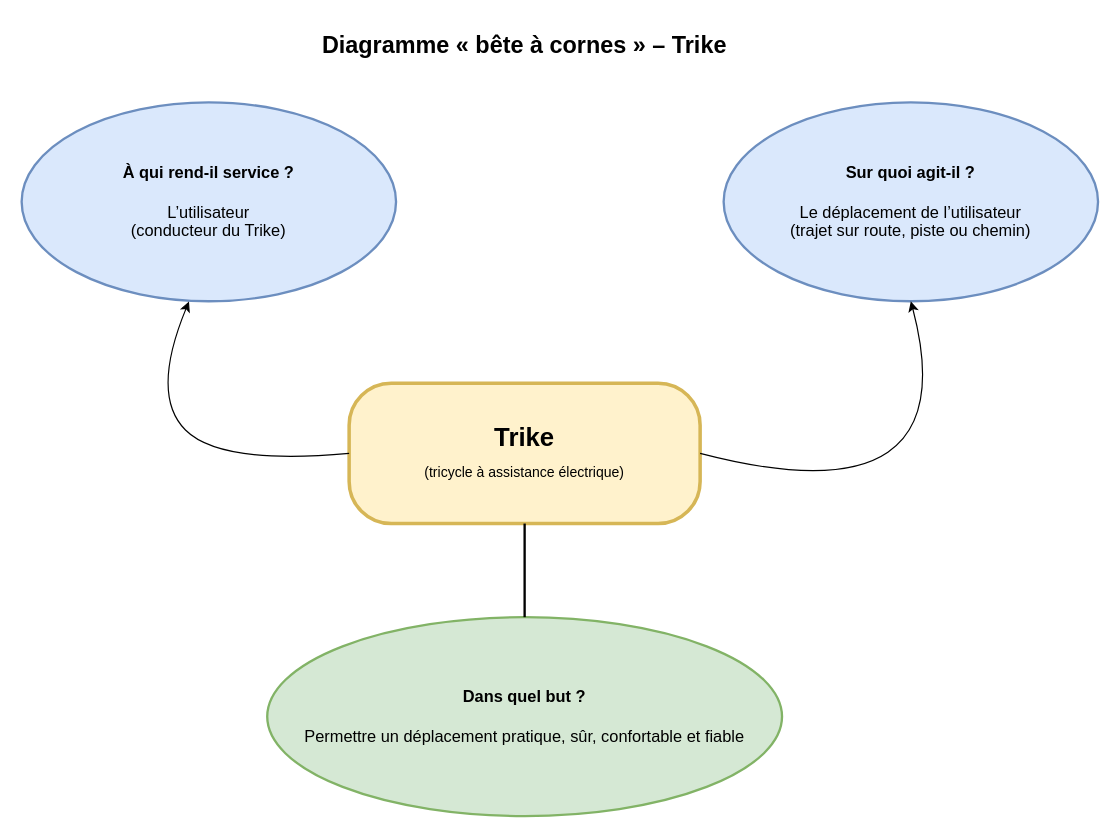
This is SysML/Diagrammes/diagramme-bette_a_corne.drawio from erwangrave810/projet_trike_2026, a draw.io file, before an edit. Source tidied: cells renumbered, new cells numbered last; positions are measured from the earlier drawing's top-left corner, leaving out a move shared by most shapes. Both pictures are drawn from the tidied source at 117%, with x=0, y=0 at pixel (21, 20).
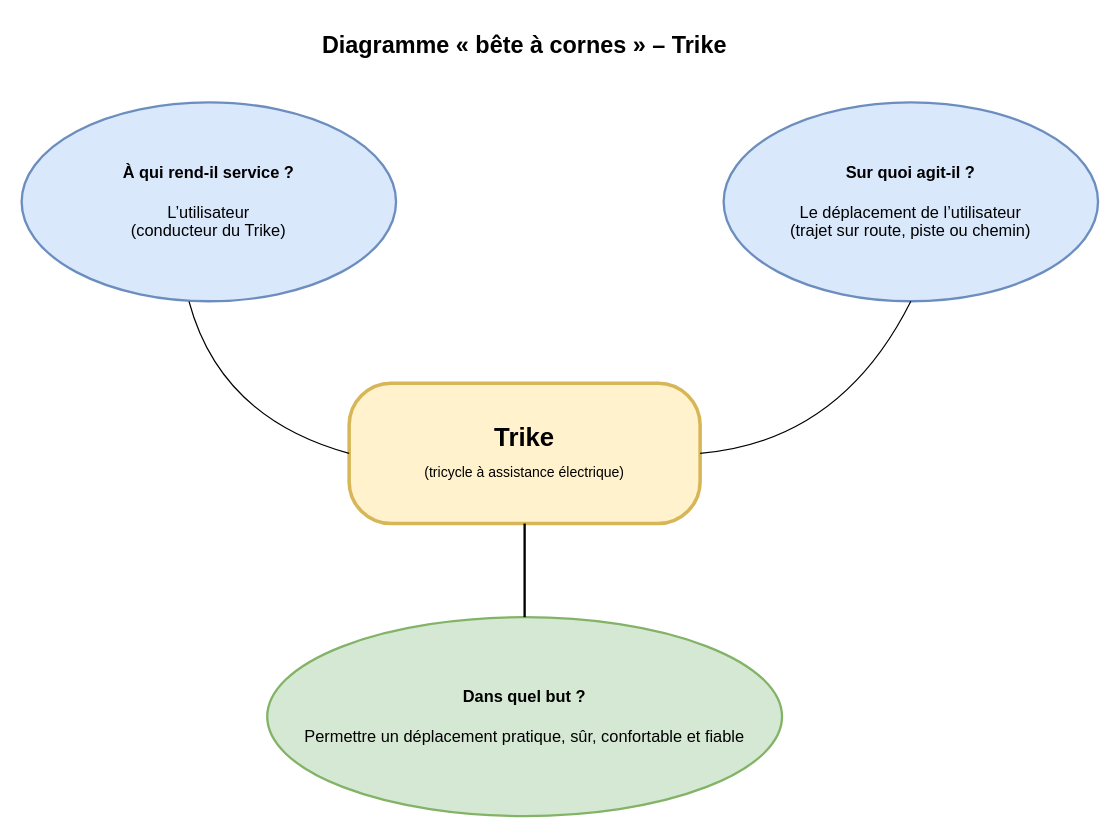
The same page after the edit.

Commit message:
Mettre à jour diagramme-bette_a_corne.drawio

The edit, as a diff of the source:
```diff
@@
 <mxGraphModel>
   <root>
     <mxCell id="0" />
     <mxCell id="1" parent="0" />
     <mxCell id="2" value="Diagramme « bête à cornes » – Trike" style="text;html=1;align=center;verticalAlign=middle;whiteSpace=wrap;fontSize=20;fontStyle=1;" parent="1" vertex="1">
       <mxGeometry x="129.9" width="600" height="40" as="geometry" />
     </mxCell>
     <mxCell id="3" value="&lt;b&gt;À qui rend-il service ?&lt;/b&gt;&lt;br&gt;&lt;br&gt;L’utilisateur&lt;br&gt;(conducteur du Trike)" style="ellipse;whiteSpace=wrap;html=1;fillColor=#dae8fc;strokeColor=#6c8ebf;strokeWidth=2;fontSize=14;" parent="1" vertex="1">
       <mxGeometry y="70" width="320" height="170" as="geometry" />
     </mxCell>
     <mxCell id="4" value="&lt;b&gt;Sur quoi agit-il ?&lt;/b&gt;&lt;br&gt;&lt;br&gt;Le déplacement de l’utilisateur&lt;br&gt;(trajet sur route, piste ou chemin)" style="ellipse;whiteSpace=wrap;html=1;fillColor=#dae8fc;strokeColor=#6c8ebf;strokeWidth=2;fontSize=14;" parent="1" vertex="1">
       <mxGeometry x="600" y="70" width="320" height="170" as="geometry" />
     </mxCell>
     <mxCell id="5" value="Trike&lt;br&gt;&lt;font style=&quot;font-size:12px;font-weight:normal&quot;&gt;(tricycle à assistance électrique)&lt;/font&gt;" style="rounded=1;whiteSpace=wrap;html=1;fillColor=#fff2cc;strokeColor=#d6b656;strokeWidth=3;fontSize=22;fontStyle=1;arcSize=30;" parent="1" vertex="1">
       <mxGeometry x="279.9" y="310" width="300" height="120" as="geometry" />
     </mxCell>
     <mxCell id="6" value="&lt;b&gt;Dans quel but ?&lt;/b&gt;&lt;br&gt;&lt;br&gt;Permettre un déplacement pratique, sûr, confortable et fiable" style="ellipse;whiteSpace=wrap;html=1;fillColor=#d5e8d4;strokeColor=#82b366;strokeWidth=2;fontSize=14;" parent="1" vertex="1">
       <mxGeometry x="209.9" y="510" width="440" height="170" as="geometry" />
     </mxCell>
     <mxCell id="7" style="edgeStyle=none;rounded=0;html=1;endArrow=none;strokeWidth=2;exitX=0.5;exitY=1;entryX=0.5;entryY=0;" parent="1" edge="1" source="5" target="6">
       <mxGeometry relative="1" as="geometry" />
     </mxCell>
-    <mxCell id="8" style="curved=1;curveGeometry=1;endArrow=classic;html=1;rounded=0;defaultLabelBackgroundColor=page;labelPadding=0 4;exitX=1;exitY=0.5;exitDx=0;exitDy=0;entryX=0.5;entryY=1;entryDx=0;entryDy=0;" parent="1" edge="1" source="5" target="4">
+    <mxCell id="8" style="curved=1;curveGeometry=1;endArrow=none;html=1;rounded=0;defaultLabelBackgroundColor=page;labelPadding=0 4;exitX=1;exitY=0.5;exitDx=0;exitDy=0;entryX=0.5;entryY=1;entryDx=0;entryDy=0;endFill=0;" parent="1" edge="1" source="5" target="4">
       <mxGeometry x="-0.17" relative="1" as="geometry">
         <Array as="points">
-          <mxPoint x="810" y="430" />
+          <mxPoint x="700" y="360" />
         </Array>
       </mxGeometry>
     </mxCell>
-    <mxCell id="9" style="curved=1;curveGeometry=1;endArrow=classic;html=1;rounded=0;defaultLabelBackgroundColor=page;labelPadding=0 4;entryX=0.447;entryY=1.001;entryDx=0;entryDy=0;entryPerimeter=0;exitX=0;exitY=0.5;exitDx=0;exitDy=0;" parent="1" edge="1" source="5" target="3">
+    <mxCell id="9" style="curved=1;curveGeometry=1;endArrow=none;html=1;rounded=0;defaultLabelBackgroundColor=page;labelPadding=0 4;entryX=0.447;entryY=1.001;entryDx=0;entryDy=0;entryPerimeter=0;exitX=0;exitY=0.5;exitDx=0;exitDy=0;endFill=0;" parent="1" edge="1" source="5" target="3">
       <mxGeometry x="0.16" relative="1" as="geometry">
         <Array as="points">
-          <mxPoint x="170" y="380" />
-          <mxPoint x="110" y="320" />
+          <mxPoint x="170" y="340" />
         </Array>
       </mxGeometry>
     </mxCell>
   </root>
 </mxGraphModel>
```
